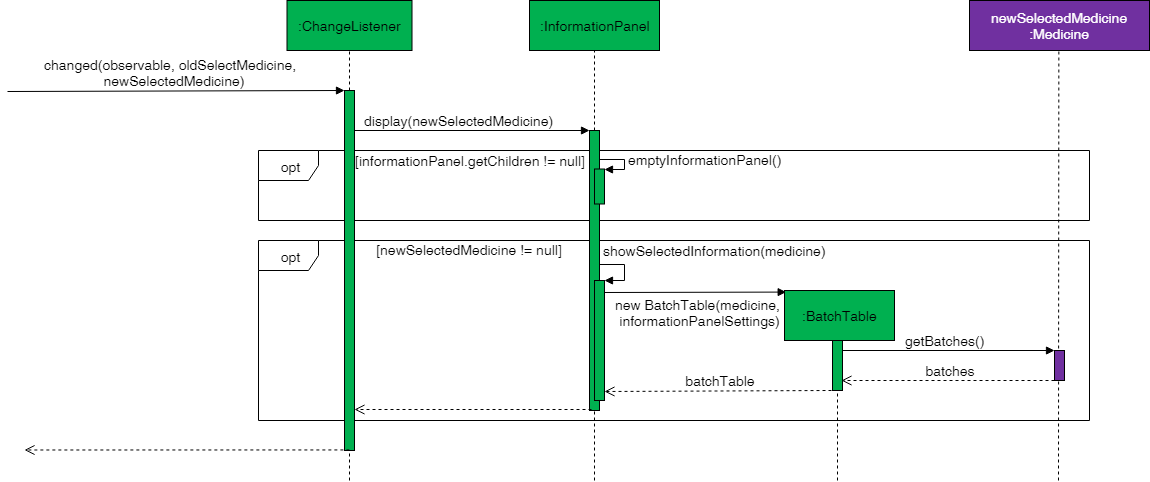
This is images/InformationPanelSequenceDiagram.png from CS2103-AY1819S2-T12-3/main, a draw.io export, as it was before one commit. Source tidied: cells renumbered, new cells last; positions are measured from the earlier drawing's top-left corner, leaving out a move shared by most shapes. Its diagram source:
```xml
<mxGraphModel>
  <root>
    <mxCell id="0" />
    <mxCell id="1" parent="0" />
    <mxCell id="2" style="endArrow=none;dashed=1;html=1;" parent="1" edge="1">
      <mxGeometry relative="1" as="geometry">
        <mxPoint x="830" y="480" as="sourcePoint" />
        <mxPoint x="830" y="370" as="targetPoint" />
      </mxGeometry>
    </mxCell>
    <mxCell id="3" value="&lt;font style=&quot;font-size: 14px&quot;&gt;opt&lt;/font&gt;" style="shape=umlFrame;whiteSpace=wrap;html=1;" parent="1" vertex="1">
      <mxGeometry x="251" y="240" width="831" height="180" as="geometry" />
    </mxCell>
    <mxCell id="4" value="getBatches()" style="html=1;verticalAlign=bottom;endArrow=block;fontSize=14;entryX=-0.041;entryY=-0.005;entryDx=0;entryDy=0;entryPerimeter=0;exitX=1.044;exitY=0.531;exitDx=0;exitDy=0;exitPerimeter=0;" parent="1" edge="1" source="5" target="22">
      <mxGeometry x="-0.03" relative="1" as="geometry" />
    </mxCell>
    <mxCell id="5" style="html=1;points=[];perimeter=orthogonalPerimeter;fillColor=#00B050;" parent="1" vertex="1">
      <mxGeometry x="825" y="305" width="10" height="85" as="geometry" />
    </mxCell>
    <mxCell id="6" value="&lt;font style=&quot;font-size: 14px&quot;&gt;opt&lt;/font&gt;" style="shape=umlFrame;whiteSpace=wrap;html=1;" parent="1" vertex="1">
      <mxGeometry x="251" y="150" width="831" height="70" as="geometry" />
    </mxCell>
    <mxCell id="7" value=":ChangeListener&lt;br style=&quot;font-size: 14px;&quot;&gt;" style="html=1;fillColor=#00b050;fontSize=14;" parent="1" vertex="1">
      <mxGeometry x="279.5" width="125" height="50" as="geometry" />
    </mxCell>
    <mxCell id="8" style="endArrow=none;dashed=1;html=1;entryX=0.5;entryY=1;entryDx=0;entryDy=0;" parent="1" edge="1" source="9" target="7">
      <mxGeometry relative="1" as="geometry" />
    </mxCell>
    <mxCell id="9" style="html=1;points=[];perimeter=orthogonalPerimeter;fillColor=#00B050;" parent="1" vertex="1">
      <mxGeometry x="337" y="90" width="10" height="360" as="geometry" />
    </mxCell>
    <mxCell id="10" style="endArrow=none;dashed=1;html=1;" parent="1" edge="1" target="9">
      <mxGeometry relative="1" as="geometry">
        <mxPoint x="342" y="480" as="sourcePoint" />
      </mxGeometry>
    </mxCell>
    <mxCell id="11" value="changed(&lt;span style=&quot;font-size: 14px&quot;&gt;observable&lt;/span&gt;&lt;span style=&quot;font-size: 14px&quot;&gt;, &lt;/span&gt;&lt;span style=&quot;font-size: 14px&quot;&gt;oldSelectMedicine&lt;/span&gt;&lt;span style=&quot;font-size: 14px&quot;&gt;,&lt;br&gt;&amp;nbsp;&amp;nbsp;&lt;/span&gt;&lt;span style=&quot;font-size: 14px&quot;&gt;newSelectedMedicine)&lt;/span&gt;" style="html=1;verticalAlign=bottom;endArrow=block;entryX=-0.029;entryY=0;entryDx=0;entryDy=0;entryPerimeter=0;fontSize=14;" parent="1" edge="1" target="9">
      <mxGeometry x="-0.03" y="1" relative="1" as="geometry">
        <mxPoint y="91" as="sourcePoint" />
      </mxGeometry>
    </mxCell>
    <mxCell id="12" value="display(newSelectedMedicine)" style="html=1;verticalAlign=bottom;endArrow=block;entryX=-0.002;entryY=-0.002;entryDx=0;entryDy=0;entryPerimeter=0;fontSize=14;" parent="1" edge="1" target="15">
      <mxGeometry x="-0.11" relative="1" as="geometry">
        <mxPoint x="347" y="130" as="sourcePoint" />
        <mxPoint x="-1" as="offset" />
      </mxGeometry>
    </mxCell>
    <mxCell id="13" value=":InformationPanel&lt;br style=&quot;font-size: 14px;&quot;&gt;" style="html=1;fillColor=#00B050;fontSize=14;" parent="1" vertex="1">
      <mxGeometry x="522" width="130" height="50" as="geometry" />
    </mxCell>
    <mxCell id="14" style="endArrow=none;dashed=1;html=1;entryX=0.5;entryY=1;entryDx=0;entryDy=0;" parent="1" edge="1" source="15" target="13">
      <mxGeometry relative="1" as="geometry" />
    </mxCell>
    <mxCell id="15" style="html=1;points=[];perimeter=orthogonalPerimeter;" parent="1" vertex="1">
      <mxGeometry x="582" y="130" width="10" height="30" as="geometry" />
    </mxCell>
    <mxCell id="16" style="endArrow=none;dashed=1;html=1;entryX=0.5;entryY=1;entryDx=0;entryDy=0;" parent="1" edge="1" target="15">
      <mxGeometry relative="1" as="geometry">
        <mxPoint x="587" y="480" as="sourcePoint" />
      </mxGeometry>
    </mxCell>
    <mxCell id="17" value="[newSelectedMedicine != null]" style="text;html=1;strokeColor=none;fillColor=none;align=center;verticalAlign=middle;whiteSpace=wrap;rounded=0;fontSize=14;" parent="1" vertex="1">
      <mxGeometry x="361" y="239" width="200" height="20" as="geometry" />
    </mxCell>
    <mxCell id="18" style="html=1;points=[];perimeter=orthogonalPerimeter;fillColor=#00B050;" parent="1" vertex="1">
      <mxGeometry x="582" y="130" width="10" height="280" as="geometry" />
    </mxCell>
    <mxCell id="19" value="new BatchTable(medicine, &lt;br style=&quot;font-size: 14px;&quot;&gt;informationPanelSettings)" style="html=1;verticalAlign=bottom;endArrow=block;fontSize=14;entryX=-0.001;entryY=-0.006;entryDx=0;entryDy=0;entryPerimeter=0;" parent="1" edge="1">
      <mxGeometry x="0.06" y="-38" relative="1" as="geometry">
        <mxPoint x="594" y="292" as="sourcePoint" />
        <mxPoint x="778.7" y="291.6" as="targetPoint" />
      </mxGeometry>
    </mxCell>
    <mxCell id="20" value="&lt;span style=&quot;font-size: 14px&quot;&gt;newSelectedMedicine&lt;br&gt;&lt;/span&gt;:Medicine&lt;br style=&quot;font-size: 14px&quot;&gt;" style="html=1;fillColor=#7030A0;fontSize=14;fontColor=#FFFFFF;" parent="1" vertex="1">
      <mxGeometry x="962" width="180" height="50" as="geometry" />
    </mxCell>
    <mxCell id="21" style="endArrow=none;dashed=1;html=1;entryX=0.5;entryY=1;entryDx=0;entryDy=0;" parent="1" edge="1">
      <mxGeometry relative="1" as="geometry">
        <mxPoint x="1051" y="480" as="sourcePoint" />
        <mxPoint x="1051.4" y="50.1" as="targetPoint" />
      </mxGeometry>
    </mxCell>
    <mxCell id="22" style="html=1;points=[];perimeter=orthogonalPerimeter;fillColor=#7030a0;" parent="1" vertex="1">
      <mxGeometry x="1047" y="350" width="10" height="30" as="geometry" />
    </mxCell>
    <mxCell id="23" style="html=1;verticalAlign=bottom;endArrow=open;dashed=1;endSize=8;exitX=0.161;exitY=0.998;exitDx=0;exitDy=0;exitPerimeter=0;" parent="1" edge="1" source="18" target="9">
      <mxGeometry relative="1" as="geometry" />
    </mxCell>
    <mxCell id="24" style="html=1;verticalAlign=bottom;endArrow=open;dashed=1;endSize=8;exitX=0.029;exitY=0.517;exitDx=0;exitDy=0;exitPerimeter=0;" parent="1" edge="1">
      <mxGeometry relative="1" as="geometry">
        <mxPoint x="341.9" y="449.5" as="sourcePoint" />
        <mxPoint x="17" y="449.5" as="targetPoint" />
      </mxGeometry>
    </mxCell>
    <mxCell id="25" value="&lt;font style=&quot;font-size: 14px&quot;&gt;[informationPanel.getChildren != null]&lt;/font&gt;" style="text;html=1;strokeColor=none;fillColor=none;align=center;verticalAlign=middle;whiteSpace=wrap;rounded=0;fontSize=14;" parent="1" vertex="1">
      <mxGeometry x="345" y="150" width="235" height="20" as="geometry" />
    </mxCell>
    <mxCell id="26" style="html=1;points=[];perimeter=orthogonalPerimeter;fillColor=#00B050;" parent="1" vertex="1">
      <mxGeometry x="587" y="168.5" width="10" height="35" as="geometry" />
    </mxCell>
    <mxCell id="27" value="emptyInformationPanel()&lt;br style=&quot;font-size: 14px;&quot;&gt;" style="edgeStyle=orthogonalEdgeStyle;html=1;align=left;spacingLeft=2;endArrow=block;rounded=0;entryX=1;entryY=0;exitX=0.993;exitY=0.091;exitDx=0;exitDy=0;exitPerimeter=0;fontSize=14;" parent="1" edge="1" target="26">
      <mxGeometry x="-0.08" relative="1" as="geometry">
        <mxPoint x="591.7" y="159.2" as="sourcePoint" />
        <Array as="points">
          <mxPoint x="617" y="158.5" />
          <mxPoint x="617" y="168.5" />
        </Array>
      </mxGeometry>
    </mxCell>
    <mxCell id="28" style="html=1;points=[];perimeter=orthogonalPerimeter;fillColor=#00B050;" parent="1" vertex="1">
      <mxGeometry x="587" y="280" width="10" height="120" as="geometry" />
    </mxCell>
    <mxCell id="29" value="showSelectedInformation(medicine)&lt;br style=&quot;font-size: 14px;&quot;&gt;" style="edgeStyle=orthogonalEdgeStyle;html=1;align=left;spacingLeft=2;endArrow=block;rounded=0;entryX=1;entryY=0;exitX=0.993;exitY=0.091;exitDx=0;exitDy=0;exitPerimeter=0;fontSize=14;" parent="1" edge="1" target="28">
      <mxGeometry x="-0.18" y="-29" relative="1" as="geometry">
        <mxPoint x="591.7" y="263.5" as="sourcePoint" />
        <Array as="points">
          <mxPoint x="617" y="264" />
          <mxPoint x="617" y="280" />
        </Array>
        <mxPoint x="4" y="-14" as="offset" />
      </mxGeometry>
    </mxCell>
    <mxCell id="30" style="html=1;verticalAlign=bottom;endArrow=open;dashed=1;endSize=8;entryX=0.942;entryY=0.883;entryDx=0;entryDy=0;entryPerimeter=0;exitX=0.04;exitY=0.991;exitDx=0;exitDy=0;exitPerimeter=0;" parent="1" edge="1" source="22" target="5">
      <mxGeometry relative="1" as="geometry" />
    </mxCell>
    <mxCell id="31" style="html=1;verticalAlign=bottom;endArrow=open;dashed=1;endSize=8;exitX=-0.051;exitY=0.996;exitDx=0;exitDy=0;exitPerimeter=0;entryX=0.993;entryY=0.921;entryDx=0;entryDy=0;entryPerimeter=0;" parent="1" edge="1" source="5" target="28">
      <mxGeometry relative="1" as="geometry" />
    </mxCell>
    <mxCell id="32" value=":BatchTable&lt;br style=&quot;font-size: 14px;&quot;&gt;" style="html=1;fillColor=#00B050;fontSize=14;" parent="1" vertex="1">
      <mxGeometry x="777" y="290" width="110" height="50" as="geometry" />
    </mxCell>
    <mxCell id="33" value="&lt;font color=&quot;#000000&quot;&gt;batches&lt;/font&gt;" style="text;html=1;strokeColor=none;fillColor=none;align=center;verticalAlign=middle;whiteSpace=wrap;rounded=0;fontSize=14;fontColor=#FFFFFF;" parent="1" vertex="1">
      <mxGeometry x="922" y="360" width="40" height="20" as="geometry" />
    </mxCell>
    <mxCell id="34" value="&lt;font color=&quot;#000000&quot;&gt;batchTable&lt;/font&gt;" style="text;html=1;strokeColor=none;fillColor=none;align=center;verticalAlign=middle;whiteSpace=wrap;rounded=0;fontSize=14;fontColor=#FFFFFF;" parent="1" vertex="1">
      <mxGeometry x="692" y="370" width="40" height="20" as="geometry" />
    </mxCell>
  </root>
</mxGraphModel>
```
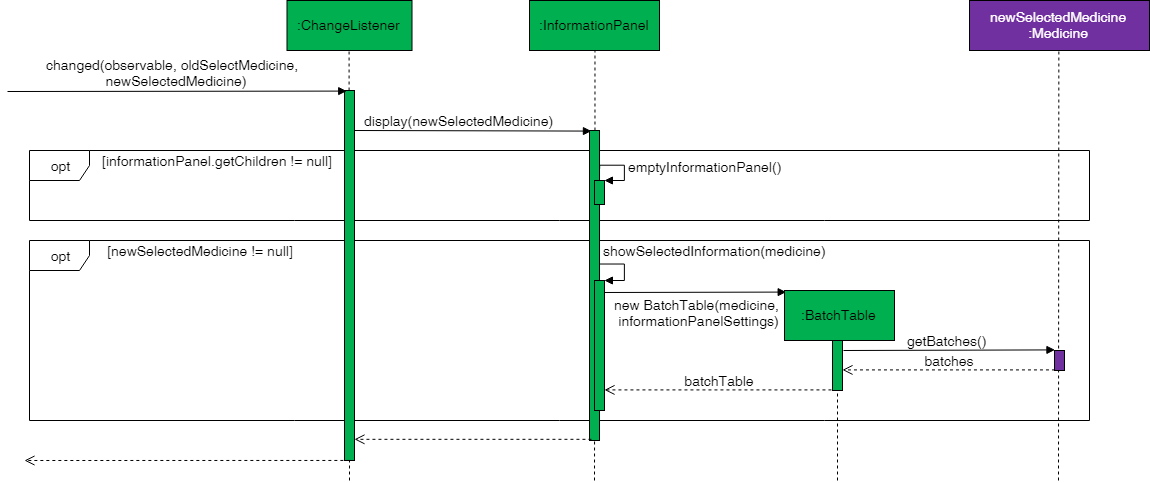
The same file after the commit.

What changed in the source:
```diff
@@ -9,16 +9,18 @@
       </mxGeometry>
     </mxCell>
     <mxCell id="3" value="&lt;font style=&quot;font-size: 14px&quot;&gt;opt&lt;/font&gt;" style="shape=umlFrame;whiteSpace=wrap;html=1;" parent="1" vertex="1">
-      <mxGeometry x="251" y="240" width="831" height="180" as="geometry" />
+      <mxGeometry x="22" y="240" width="1060" height="180" as="geometry" />
     </mxCell>
-    <mxCell id="4" value="getBatches()" style="html=1;verticalAlign=bottom;endArrow=block;fontSize=14;entryX=-0.041;entryY=-0.005;entryDx=0;entryDy=0;entryPerimeter=0;exitX=1.044;exitY=0.531;exitDx=0;exitDy=0;exitPerimeter=0;" parent="1" edge="1" source="5" target="22">
-      <mxGeometry x="-0.03" relative="1" as="geometry" />
+    <mxCell id="4" value="getBatches()" style="html=1;verticalAlign=bottom;endArrow=block;fontSize=14;entryX=0.08;entryY=-0.002;entryDx=0;entryDy=0;entryPerimeter=0;" parent="1" edge="1" target="22">
+      <mxGeometry x="-0.03" relative="1" as="geometry">
+        <mxPoint x="836" y="350" as="sourcePoint" />
+      </mxGeometry>
     </mxCell>
     <mxCell id="5" style="html=1;points=[];perimeter=orthogonalPerimeter;fillColor=#00B050;" parent="1" vertex="1">
       <mxGeometry x="825" y="305" width="10" height="85" as="geometry" />
     </mxCell>
     <mxCell id="6" value="&lt;font style=&quot;font-size: 14px&quot;&gt;opt&lt;/font&gt;" style="shape=umlFrame;whiteSpace=wrap;html=1;" parent="1" vertex="1">
-      <mxGeometry x="251" y="150" width="831" height="70" as="geometry" />
+      <mxGeometry x="22" y="150" width="1060" height="70" as="geometry" />
     </mxCell>
     <mxCell id="7" value=":ChangeListener&lt;br style=&quot;font-size: 14px;&quot;&gt;" style="html=1;fillColor=#00b050;fontSize=14;" parent="1" vertex="1">
       <mxGeometry x="279.5" width="125" height="50" as="geometry" />
@@ -27,19 +29,19 @@
       <mxGeometry relative="1" as="geometry" />
     </mxCell>
     <mxCell id="9" style="html=1;points=[];perimeter=orthogonalPerimeter;fillColor=#00B050;" parent="1" vertex="1">
-      <mxGeometry x="337" y="90" width="10" height="360" as="geometry" />
+      <mxGeometry x="337" y="90" width="10" height="370" as="geometry" />
     </mxCell>
     <mxCell id="10" style="endArrow=none;dashed=1;html=1;" parent="1" edge="1" target="9">
       <mxGeometry relative="1" as="geometry">
         <mxPoint x="342" y="480" as="sourcePoint" />
       </mxGeometry>
     </mxCell>
-    <mxCell id="11" value="changed(&lt;span style=&quot;font-size: 14px&quot;&gt;observable&lt;/span&gt;&lt;span style=&quot;font-size: 14px&quot;&gt;, &lt;/span&gt;&lt;span style=&quot;font-size: 14px&quot;&gt;oldSelectMedicine&lt;/span&gt;&lt;span style=&quot;font-size: 14px&quot;&gt;,&lt;br&gt;&amp;nbsp;&amp;nbsp;&lt;/span&gt;&lt;span style=&quot;font-size: 14px&quot;&gt;newSelectedMedicine)&lt;/span&gt;" style="html=1;verticalAlign=bottom;endArrow=block;entryX=-0.029;entryY=0;entryDx=0;entryDy=0;entryPerimeter=0;fontSize=14;" parent="1" edge="1" target="9">
+    <mxCell id="11" value="changed(&lt;span style=&quot;font-size: 14px&quot;&gt;observable&lt;/span&gt;&lt;span style=&quot;font-size: 14px&quot;&gt;, &lt;/span&gt;&lt;span style=&quot;font-size: 14px&quot;&gt;oldSelectMedicine&lt;/span&gt;&lt;span style=&quot;font-size: 14px&quot;&gt;,&lt;br&gt;&amp;nbsp;&amp;nbsp;&lt;/span&gt;&lt;span style=&quot;font-size: 14px&quot;&gt;newSelectedMedicine)&lt;/span&gt;" style="html=1;verticalAlign=bottom;endArrow=block;entryX=0.167;entryY=0;entryDx=0;entryDy=0;entryPerimeter=0;fontSize=14;" parent="1" edge="1" target="9">
       <mxGeometry x="-0.03" y="1" relative="1" as="geometry">
         <mxPoint y="91" as="sourcePoint" />
       </mxGeometry>
     </mxCell>
-    <mxCell id="12" value="display(newSelectedMedicine)" style="html=1;verticalAlign=bottom;endArrow=block;entryX=-0.002;entryY=-0.002;entryDx=0;entryDy=0;entryPerimeter=0;fontSize=14;" parent="1" edge="1" target="15">
+    <mxCell id="12" value="display(newSelectedMedicine)" style="html=1;verticalAlign=bottom;endArrow=block;entryX=0.174;entryY=0;entryDx=0;entryDy=0;entryPerimeter=0;fontSize=14;" parent="1" edge="1" target="18">
       <mxGeometry x="-0.11" relative="1" as="geometry">
         <mxPoint x="347" y="130" as="sourcePoint" />
         <mxPoint x="-1" as="offset" />
@@ -60,10 +62,10 @@
       </mxGeometry>
     </mxCell>
     <mxCell id="17" value="[newSelectedMedicine != null]" style="text;html=1;strokeColor=none;fillColor=none;align=center;verticalAlign=middle;whiteSpace=wrap;rounded=0;fontSize=14;" parent="1" vertex="1">
-      <mxGeometry x="361" y="239" width="200" height="20" as="geometry" />
+      <mxGeometry x="92" y="240" width="200" height="20" as="geometry" />
     </mxCell>
     <mxCell id="18" style="html=1;points=[];perimeter=orthogonalPerimeter;fillColor=#00B050;" parent="1" vertex="1">
-      <mxGeometry x="582" y="130" width="10" height="280" as="geometry" />
+      <mxGeometry x="582" y="130" width="10" height="310" as="geometry" />
     </mxCell>
     <mxCell id="19" value="new BatchTable(medicine, &lt;br style=&quot;font-size: 14px;&quot;&gt;informationPanelSettings)" style="html=1;verticalAlign=bottom;endArrow=block;fontSize=14;entryX=-0.001;entryY=-0.006;entryDx=0;entryDy=0;entryPerimeter=0;" parent="1" edge="1">
       <mxGeometry x="0.06" y="-38" relative="1" as="geometry">
@@ -81,34 +83,33 @@
       </mxGeometry>
     </mxCell>
     <mxCell id="22" style="html=1;points=[];perimeter=orthogonalPerimeter;fillColor=#7030a0;" parent="1" vertex="1">
-      <mxGeometry x="1047" y="350" width="10" height="30" as="geometry" />
+      <mxGeometry x="1047" y="350" width="10" height="20" as="geometry" />
     </mxCell>
     <mxCell id="23" style="html=1;verticalAlign=bottom;endArrow=open;dashed=1;endSize=8;exitX=0.161;exitY=0.998;exitDx=0;exitDy=0;exitPerimeter=0;" parent="1" edge="1" source="18" target="9">
       <mxGeometry relative="1" as="geometry" />
     </mxCell>
     <mxCell id="24" style="html=1;verticalAlign=bottom;endArrow=open;dashed=1;endSize=8;exitX=0.029;exitY=0.517;exitDx=0;exitDy=0;exitPerimeter=0;" parent="1" edge="1">
       <mxGeometry relative="1" as="geometry">
-        <mxPoint x="341.9" y="449.5" as="sourcePoint" />
-        <mxPoint x="17" y="449.5" as="targetPoint" />
+        <mxPoint x="341.9" y="460" as="sourcePoint" />
+        <mxPoint x="17" y="460" as="targetPoint" />
       </mxGeometry>
     </mxCell>
     <mxCell id="25" value="&lt;font style=&quot;font-size: 14px&quot;&gt;[informationPanel.getChildren != null]&lt;/font&gt;" style="text;html=1;strokeColor=none;fillColor=none;align=center;verticalAlign=middle;whiteSpace=wrap;rounded=0;fontSize=14;" parent="1" vertex="1">
-      <mxGeometry x="345" y="150" width="235" height="20" as="geometry" />
+      <mxGeometry x="92" y="150" width="235" height="20" as="geometry" />
     </mxCell>
     <mxCell id="26" style="html=1;points=[];perimeter=orthogonalPerimeter;fillColor=#00B050;" parent="1" vertex="1">
-      <mxGeometry x="587" y="168.5" width="10" height="35" as="geometry" />
+      <mxGeometry x="587" y="180" width="10" height="24" as="geometry" />
     </mxCell>
-    <mxCell id="27" value="emptyInformationPanel()&lt;br style=&quot;font-size: 14px;&quot;&gt;" style="edgeStyle=orthogonalEdgeStyle;html=1;align=left;spacingLeft=2;endArrow=block;rounded=0;entryX=1;entryY=0;exitX=0.993;exitY=0.091;exitDx=0;exitDy=0;exitPerimeter=0;fontSize=14;" parent="1" edge="1" target="26">
+    <mxCell id="27" value="emptyInformationPanel()&lt;br style=&quot;font-size: 14px;&quot;&gt;" style="edgeStyle=orthogonalEdgeStyle;html=1;align=left;spacingLeft=2;endArrow=block;rounded=0;entryX=1;entryY=0;fontSize=14;exitX=1.004;exitY=0.124;exitDx=0;exitDy=0;exitPerimeter=0;" parent="1" edge="1" source="18" target="26">
       <mxGeometry x="-0.08" relative="1" as="geometry">
-        <mxPoint x="591.7" y="159.2" as="sourcePoint" />
         <Array as="points">
-          <mxPoint x="617" y="158.5" />
-          <mxPoint x="617" y="168.5" />
+          <mxPoint x="617" y="165" />
+          <mxPoint x="617" y="180" />
         </Array>
       </mxGeometry>
     </mxCell>
     <mxCell id="28" style="html=1;points=[];perimeter=orthogonalPerimeter;fillColor=#00B050;" parent="1" vertex="1">
-      <mxGeometry x="587" y="280" width="10" height="120" as="geometry" />
+      <mxGeometry x="587" y="280" width="10" height="130" as="geometry" />
     </mxCell>
     <mxCell id="29" value="showSelectedInformation(medicine)&lt;br style=&quot;font-size: 14px;&quot;&gt;" style="edgeStyle=orthogonalEdgeStyle;html=1;align=left;spacingLeft=2;endArrow=block;rounded=0;entryX=1;entryY=0;exitX=0.993;exitY=0.091;exitDx=0;exitDy=0;exitPerimeter=0;fontSize=14;" parent="1" edge="1" target="28">
       <mxGeometry x="-0.18" y="-29" relative="1" as="geometry">
@@ -120,20 +121,20 @@
         <mxPoint x="4" y="-14" as="offset" />
       </mxGeometry>
     </mxCell>
-    <mxCell id="30" style="html=1;verticalAlign=bottom;endArrow=open;dashed=1;endSize=8;entryX=0.942;entryY=0.883;entryDx=0;entryDy=0;entryPerimeter=0;exitX=0.04;exitY=0.991;exitDx=0;exitDy=0;exitPerimeter=0;" parent="1" edge="1" source="22" target="5">
+    <mxCell id="30" style="html=1;verticalAlign=bottom;endArrow=open;dashed=1;endSize=8;exitX=0.04;exitY=0.991;exitDx=0;exitDy=0;exitPerimeter=0;" parent="1" edge="1" source="22" target="5">
       <mxGeometry relative="1" as="geometry" />
     </mxCell>
-    <mxCell id="31" style="html=1;verticalAlign=bottom;endArrow=open;dashed=1;endSize=8;exitX=-0.051;exitY=0.996;exitDx=0;exitDy=0;exitPerimeter=0;entryX=0.993;entryY=0.921;entryDx=0;entryDy=0;entryPerimeter=0;" parent="1" edge="1" source="5" target="28">
+    <mxCell id="31" style="html=1;verticalAlign=bottom;endArrow=open;dashed=1;endSize=8;exitX=-0.051;exitY=0.996;exitDx=0;exitDy=0;exitPerimeter=0;" parent="1" edge="1" source="5" target="28">
       <mxGeometry relative="1" as="geometry" />
     </mxCell>
     <mxCell id="32" value=":BatchTable&lt;br style=&quot;font-size: 14px;&quot;&gt;" style="html=1;fillColor=#00B050;fontSize=14;" parent="1" vertex="1">
       <mxGeometry x="777" y="290" width="110" height="50" as="geometry" />
     </mxCell>
     <mxCell id="33" value="&lt;font color=&quot;#000000&quot;&gt;batches&lt;/font&gt;" style="text;html=1;strokeColor=none;fillColor=none;align=center;verticalAlign=middle;whiteSpace=wrap;rounded=0;fontSize=14;fontColor=#FFFFFF;" parent="1" vertex="1">
-      <mxGeometry x="922" y="360" width="40" height="20" as="geometry" />
+      <mxGeometry x="921" y="350" width="40" height="20" as="geometry" />
     </mxCell>
     <mxCell id="34" value="&lt;font color=&quot;#000000&quot;&gt;batchTable&lt;/font&gt;" style="text;html=1;strokeColor=none;fillColor=none;align=center;verticalAlign=middle;whiteSpace=wrap;rounded=0;fontSize=14;fontColor=#FFFFFF;" parent="1" vertex="1">
-      <mxGeometry x="692" y="370" width="40" height="20" as="geometry" />
+      <mxGeometry x="691" y="370" width="40" height="20" as="geometry" />
     </mxCell>
   </root>
 </mxGraphModel>
```
